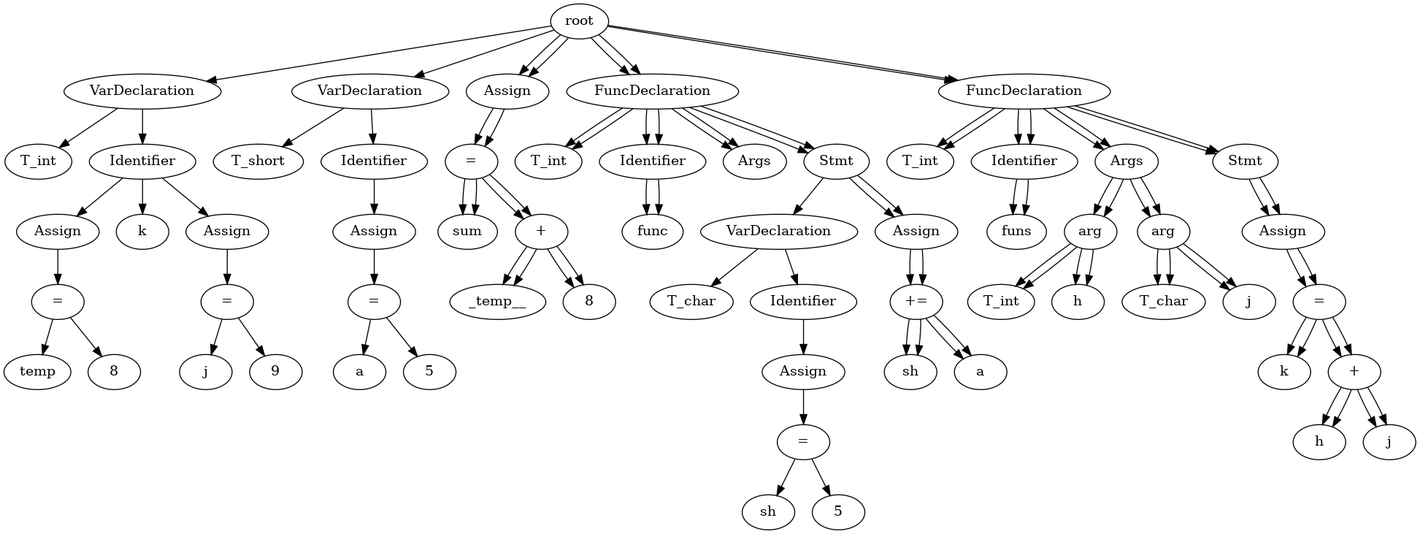
Above: test.gv.png in Jstar49/starCC (Graphviz), before the change. Its source is kept beside it as test.gv.
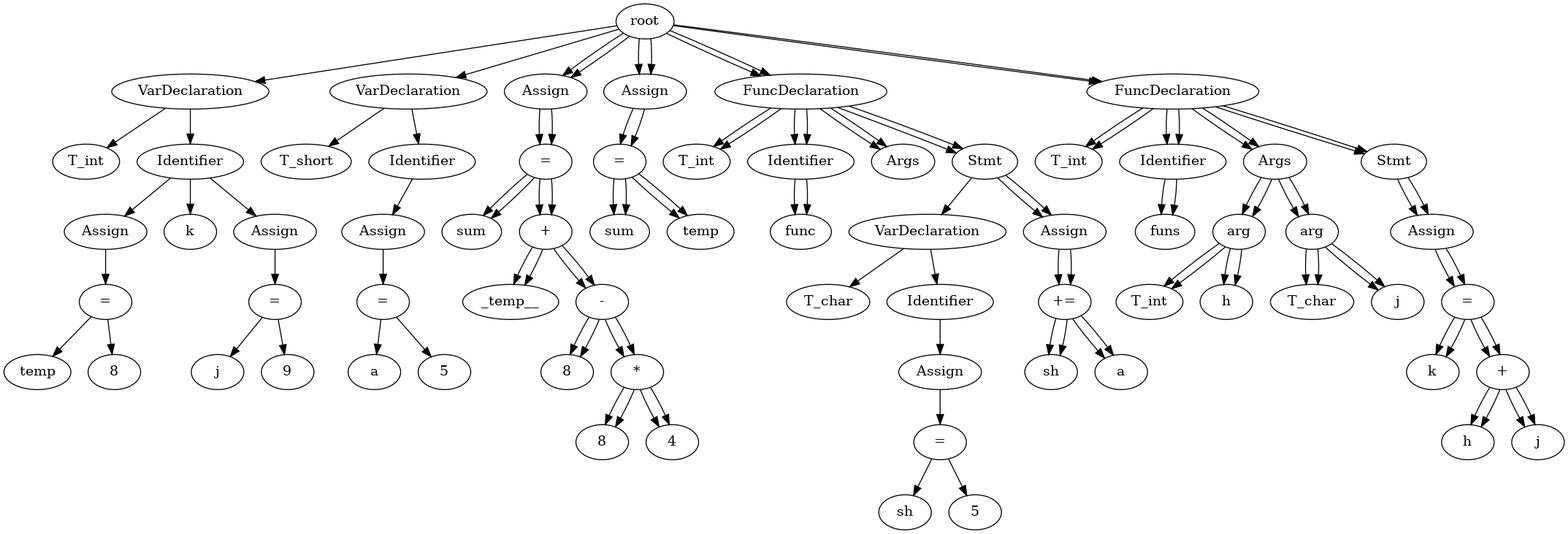
The same diagram one commit later.

What changed in the source:
```diff
@@ -48,78 +48,94 @@
 	21 -> 23
 	22 [label=_temp__]
 	23 -> 22
+	25 [label="-"]
+	23 -> 25
 	24 [label=8]
-	23 -> 24
-	25 [label=FuncDeclaration]
-	None -> 25
-	26 [label=T_int]
-	25 -> 26
-	27 [label=Identifier]
+	25 -> 24
+	27 [label="*"]
 	25 -> 27
-	28 [label=func]
+	26 [label=8]
+	27 -> 26
+	28 [label=4]
 	27 -> 28
-	29 [label=Args]
-	25 -> 29
-	30 [label=Stmt]
-	25 -> 30
-	31 [label=VarDeclaration]
-	30 -> 31
-	32 [label=T_char]
+	29 [label=Assign]
+	None -> 29
+	31 [label="="]
+	29 -> 31
+	30 [label=sum]
+	31 -> 30
+	32 [label=temp]
 	31 -> 32
-	33 [label=Identifier]
-	31 -> 33
-	34 [label=Assign]
+	33 [label=FuncDeclaration]
+	None -> 33
+	34 [label=T_int]
 	33 -> 34
-	36 [label="="]
-	34 -> 36
-	35 [label=sh]
-	36 -> 35
-	37 [label=5]
-	36 -> 37
-	38 [label=Assign]
-	30 -> 38
-	40 [label="+="]
-	38 -> 40
-	39 [label=sh]
-	40 -> 39
-	41 [label=a]
-	40 -> 41
-	42 [label=FuncDeclaration]
-	None -> 42
-	43 [label=T_int]
-	42 -> 43
-	44 [label=Identifier]
+	35 [label=Identifier]
+	33 -> 35
+	36 [label=func]
+	35 -> 36
+	37 [label=Args]
+	33 -> 37
+	38 [label=Stmt]
+	33 -> 38
+	39 [label=VarDeclaration]
+	38 -> 39
+	40 [label=T_char]
+	39 -> 40
+	41 [label=Identifier]
+	39 -> 41
+	42 [label=Assign]
+	41 -> 42
+	44 [label="="]
 	42 -> 44
-	45 [label=funs]
+	43 [label=sh]
+	44 -> 43
+	45 [label=5]
 	44 -> 45
-	46 [label=Args]
-	42 -> 46
-	47 [label=arg]
-	46 -> 47
-	48 [label=T_int]
-	47 -> 48
-	49 [label=h]
-	47 -> 49
-	50 [label=arg]
-	46 -> 50
-	51 [label=T_char]
+	46 [label=Assign]
+	38 -> 46
+	48 [label="+="]
+	46 -> 48
+	47 [label=sh]
+	48 -> 47
+	49 [label=a]
+	48 -> 49
+	50 [label=FuncDeclaration]
+	None -> 50
+	51 [label=T_int]
 	50 -> 51
-	52 [label=j]
+	52 [label=Identifier]
 	50 -> 52
-	53 [label=Stmt]
-	42 -> 53
-	54 [label=Assign]
-	53 -> 54
-	56 [label="="]
-	54 -> 56
-	55 [label=k]
-	56 -> 55
-	58 [label="+"]
-	56 -> 58
+	53 [label=funs]
+	52 -> 53
+	54 [label=Args]
+	50 -> 54
+	55 [label=arg]
+	54 -> 55
+	56 [label=T_int]
+	55 -> 56
 	57 [label=h]
-	58 -> 57
-	59 [label=j]
+	55 -> 57
+	58 [label=arg]
+	54 -> 58
+	59 [label=T_char]
 	58 -> 59
+	60 [label=j]
+	58 -> 60
+	61 [label=Stmt]
+	50 -> 61
+	62 [label=Assign]
+	61 -> 62
+	64 [label="="]
+	62 -> 64
+	63 [label=k]
+	64 -> 63
+	66 [label="+"]
+	64 -> 66
+	65 [label=h]
+	66 -> 65
+	67 [label=j]
+	66 -> 67
 	None [label=root]
 	19 [label=Assign]
 	None -> 19
@@ -131,62 +147,78 @@
 	21 -> 23
 	22 [label=_temp__]
 	23 -> 22
+	25 [label="-"]
+	23 -> 25
 	24 [label=8]
-	23 -> 24
-	25 [label=FuncDeclaration]
-	None -> 25
-	26 [label=T_int]
-	25 -> 26
-	27 [label=Identifier]
+	25 -> 24
+	27 [label="*"]
 	25 -> 27
-	28 [label=func]
+	26 [label=8]
+	27 -> 26
+	28 [label=4]
 	27 -> 28
-	29 [label=Args]
-	25 -> 29
-	30 [label=Stmt]
-	25 -> 30
-	38 [label=Assign]
-	30 -> 38
-	40 [label="+="]
-	38 -> 40
-	39 [label=sh]
-	40 -> 39
-	41 [label=a]
-	40 -> 41
-	42 [label=FuncDeclaration]
-	None -> 42
-	43 [label=T_int]
-	42 -> 43
-	44 [label=Identifier]
-	42 -> 44
-	45 [label=funs]
-	44 -> 45
-	46 [label=Args]
-	42 -> 46
-	47 [label=arg]
-	46 -> 47
-	48 [label=T_int]
-	47 -> 48
-	49 [label=h]
-	47 -> 49
-	50 [label=arg]
-	46 -> 50
-	51 [label=T_char]
+	29 [label=Assign]
+	None -> 29
+	31 [label="="]
+	29 -> 31
+	30 [label=sum]
+	31 -> 30
+	32 [label=temp]
+	31 -> 32
+	33 [label=FuncDeclaration]
+	None -> 33
+	34 [label=T_int]
+	33 -> 34
+	35 [label=Identifier]
+	33 -> 35
+	36 [label=func]
+	35 -> 36
+	37 [label=Args]
+	33 -> 37
+	38 [label=Stmt]
+	33 -> 38
+	46 [label=Assign]
+	38 -> 46
+	48 [label="+="]
+	46 -> 48
+	47 [label=sh]
+	48 -> 47
+	49 [label=a]
+	48 -> 49
+	50 [label=FuncDeclaration]
+	None -> 50
+	51 [label=T_int]
 	50 -> 51
-	52 [label=j]
+	52 [label=Identifier]
 	50 -> 52
-	53 [label=Stmt]
-	42 -> 53
-	54 [label=Assign]
-	53 -> 54
-	56 [label="="]
-	54 -> 56
-	55 [label=k]
-	56 -> 55
-	58 [label="+"]
-	56 -> 58
+	53 [label=funs]
+	52 -> 53
+	54 [label=Args]
+	50 -> 54
+	55 [label=arg]
+	54 -> 55
+	56 [label=T_int]
+	55 -> 56
 	57 [label=h]
-	58 -> 57
-	59 [label=j]
+	55 -> 57
+	58 [label=arg]
+	54 -> 58
+	59 [label=T_char]
 	58 -> 59
+	60 [label=j]
+	58 -> 60
+	61 [label=Stmt]
+	50 -> 61
+	62 [label=Assign]
+	61 -> 62
+	64 [label="="]
+	62 -> 64
+	63 [label=k]
+	64 -> 63
+	66 [label="+"]
+	64 -> 66
+	65 [label=h]
+	66 -> 65
+	67 [label=j]
+	66 -> 67
 }
```
